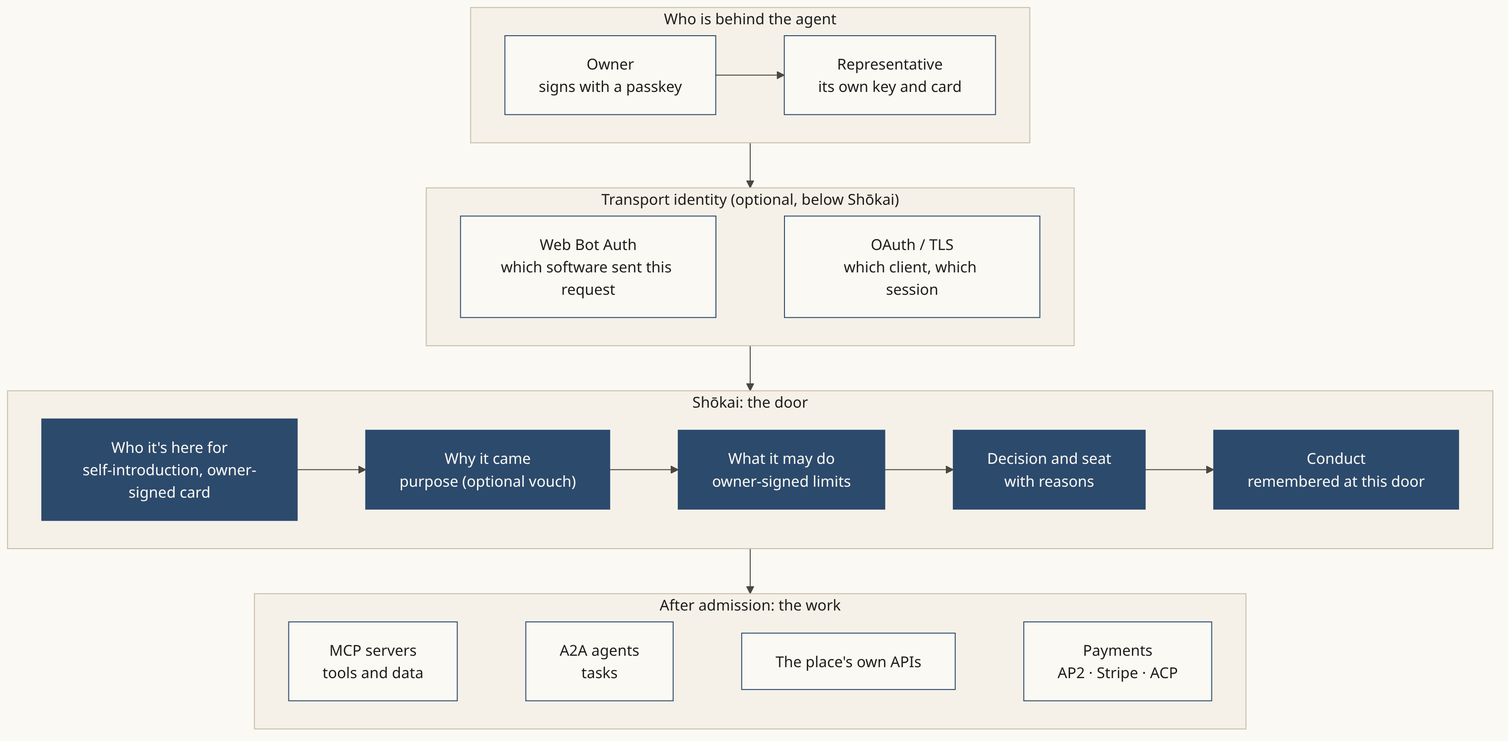
Before: docs/diagrams/png/layers.png, a diagram exported from Mermaid (Kigenka/shokai). Its source is kept beside it as docs/diagrams/src/layers.mmd. Its diagram source:
```mermaid
flowchart TB
  subgraph A["Who is behind the agent"]
    direction LR
    O["Owner<br/>signs with a passkey"] --> R["Representative<br/>its own key and card"]
  end
  subgraph B["Transport identity (optional, below Shōkai)"]
    direction LR
    WBA["Web Bot Auth<br/>which software sent this request"]
    OA["OAuth / TLS<br/>which client, which session"]
    WBA ~~~ OA
  end
  subgraph C["Shōkai: the door"]
    direction LR
    C1["Who it's here for<br/>self-introduction, owner-signed card"] --> C2["Why it came<br/>purpose (optional vouch)"] --> C3["What it may do<br/>owner-signed limits"] --> C4["Decision and seat<br/>with reasons"] --> C5["Conduct<br/>remembered at this door"]
  end
  subgraph D["After admission: the work"]
    direction LR
    M["MCP servers<br/>tools and data"]
    A2A["A2A agents<br/>tasks"]
    API["The place's own APIs"]
    P["Payments<br/>AP2 · Stripe · ACP"]
    M ~~~ A2A ~~~ API ~~~ P
  end
  A --> B --> C --> D
  classDef shokai fill:#2c4a6c,stroke:#2c4a6c,color:#fbf9f4
  class C1,C2,C3,C4,C5 shokai
```
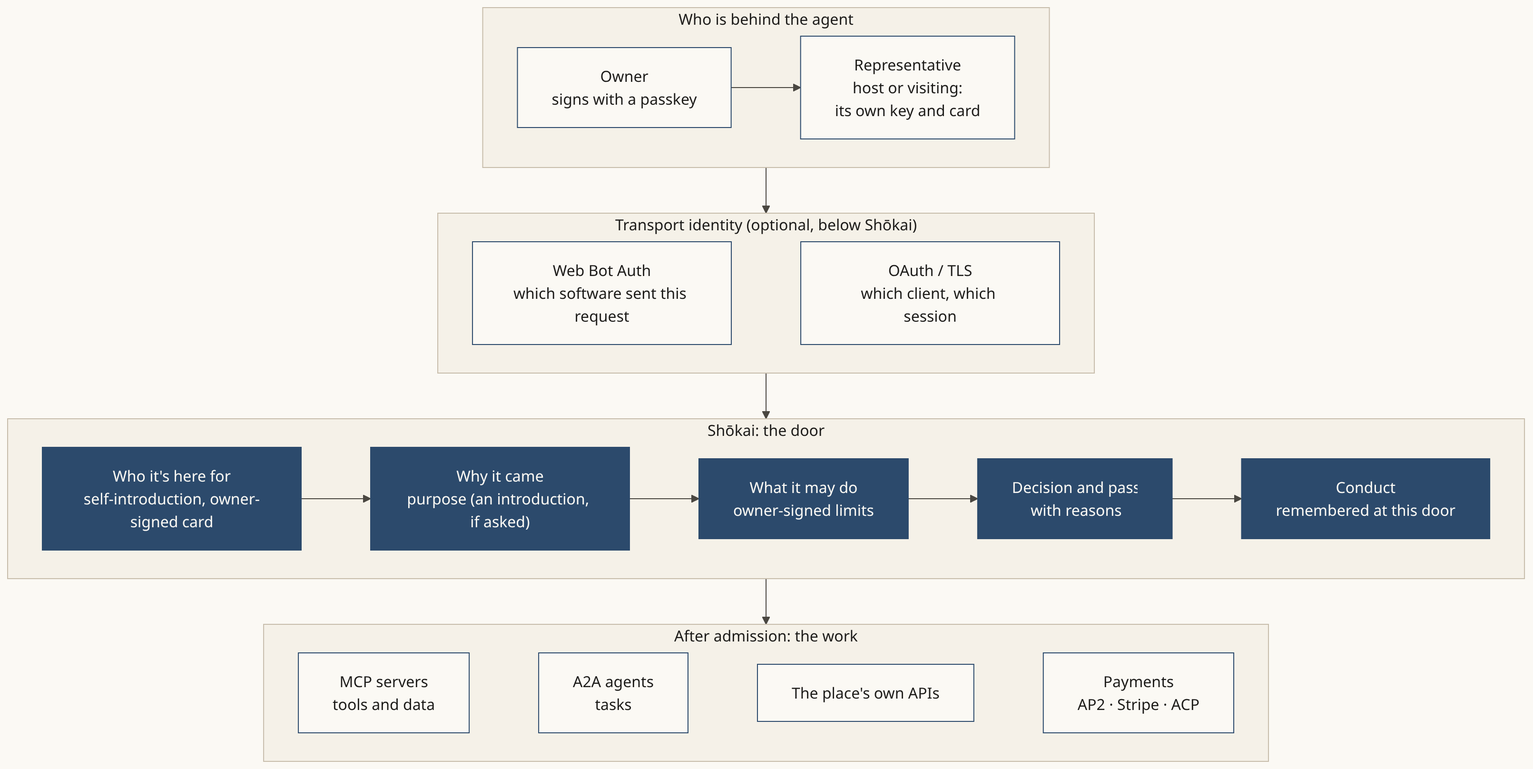
Later version of the same file.

The edit, as a diff of the source:
```diff
@@ -1,7 +1,7 @@
 flowchart TB
   subgraph A["Who is behind the agent"]
     direction LR
-    O["Owner<br/>signs with a passkey"] --> R["Representative<br/>its own key and card"]
+    O["Owner<br/>signs with a passkey"] --> R["Representative<br/>host or visiting:<br/>its own key and card"]
   end
   subgraph B["Transport identity (optional, below Shōkai)"]
     direction LR
@@ -11,7 +11,7 @@
   end
   subgraph C["Shōkai: the door"]
     direction LR
-    C1["Who it's here for<br/>self-introduction, owner-signed card"] --> C2["Why it came<br/>purpose (optional vouch)"] --> C3["What it may do<br/>owner-signed limits"] --> C4["Decision and seat<br/>with reasons"] --> C5["Conduct<br/>remembered at this door"]
+    C1["Who it's here for<br/>self-introduction, owner-signed card"] --> C2["Why it came<br/>purpose (an introduction, if asked)"] --> C3["What it may do<br/>owner-signed limits"] --> C4["Decision and seat<br/>with reasons"] --> C5["Conduct<br/>remembered at this door"]
   end
   subgraph D["After admission: the work"]
     direction LR
```
